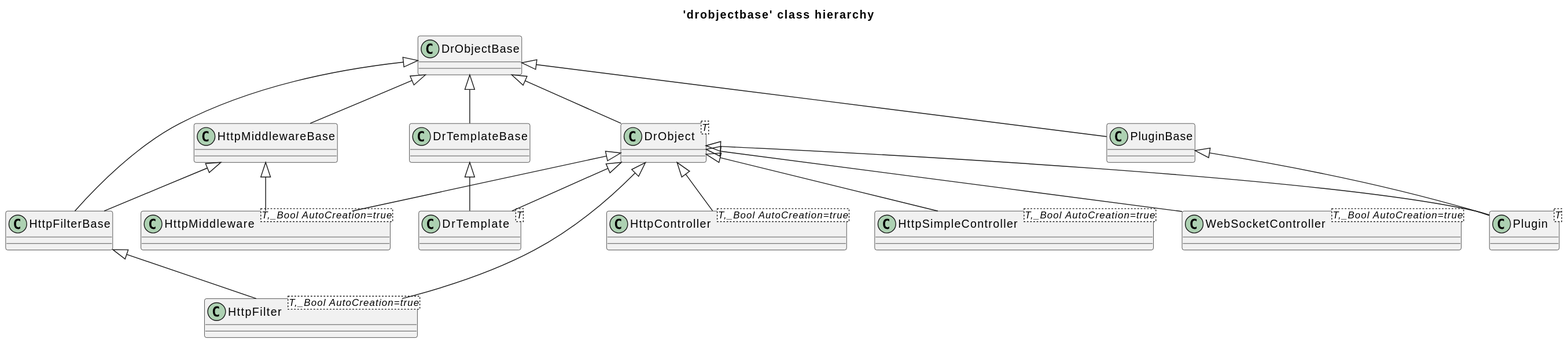
Above: drogon/diagrams/drobjectbase_hierarchy.svg in bkryza/clang-uml-examples (PlantUML), before the change. Its diagram source:
```plantuml
@startuml
title 'drobjectbase' class hierarchy
class "DrObjectBase" as C_0007589431571026341200
class C_0007589431571026341200 {
__
}
class "DrObject<T>" as C_0007426810552443098638
class C_0007426810552443098638 {
__
}
class "HttpMiddlewareBase" as C_0013299971319634221181
class C_0013299971319634221181 {
__
}
class "HttpMiddleware<T,_Bool AutoCreation=true>" as C_0002367562706761873028
class C_0002367562706761873028 {
__
}
class "HttpFilterBase" as C_0010298798647119485959
class C_0010298798647119485959 {
__
}
class "HttpFilter<T,_Bool AutoCreation=true>" as C_0011386542272247263448
class C_0011386542272247263448 {
__
}
class "DrTemplateBase" as C_0002292440546930414128
class C_0002292440546930414128 {
__
}
class "DrTemplate<T>" as C_0005847266675194305338
class C_0005847266675194305338 {
__
}
class "PluginBase" as C_0014129061647938356207
class C_0014129061647938356207 {
__
}
class "Plugin<T>" as C_0000721967873531230181
class C_0000721967873531230181 {
__
}
class "HttpController<T,_Bool AutoCreation=true>" as C_0000182916779366679195
class C_0000182916779366679195 {
__
}
class "HttpSimpleController<T,_Bool AutoCreation=true>" as C_0001846672343101501349
class C_0001846672343101501349 {
__
}
class "WebSocketController<T,_Bool AutoCreation=true>" as C_0010455583987704007942
class C_0010455583987704007942 {
__
}
C_0007589431571026341200 <|-- C_0007426810552443098638
C_0007589431571026341200 <|-- C_0013299971319634221181
C_0007426810552443098638 <|-- C_0002367562706761873028
C_0013299971319634221181 <|-- C_0002367562706761873028
C_0007589431571026341200 <|-- C_0010298798647119485959
C_0013299971319634221181 <|-- C_0010298798647119485959
C_0007426810552443098638 <|-- C_0011386542272247263448
C_0010298798647119485959 <|-- C_0011386542272247263448
C_0007589431571026341200 <|-- C_0002292440546930414128
C_0007426810552443098638 <|-- C_0005847266675194305338
C_0002292440546930414128 <|-- C_0005847266675194305338
C_0007589431571026341200 <|-- C_0014129061647938356207
C_0014129061647938356207 <|-- C_0000721967873531230181
C_0007426810552443098638 <|-- C_0000721967873531230181
C_0007426810552443098638 <|-- C_0000182916779366679195
C_0007426810552443098638 <|-- C_0001846672343101501349
C_0007426810552443098638 <|-- C_0010455583987704007942

@enduml
```
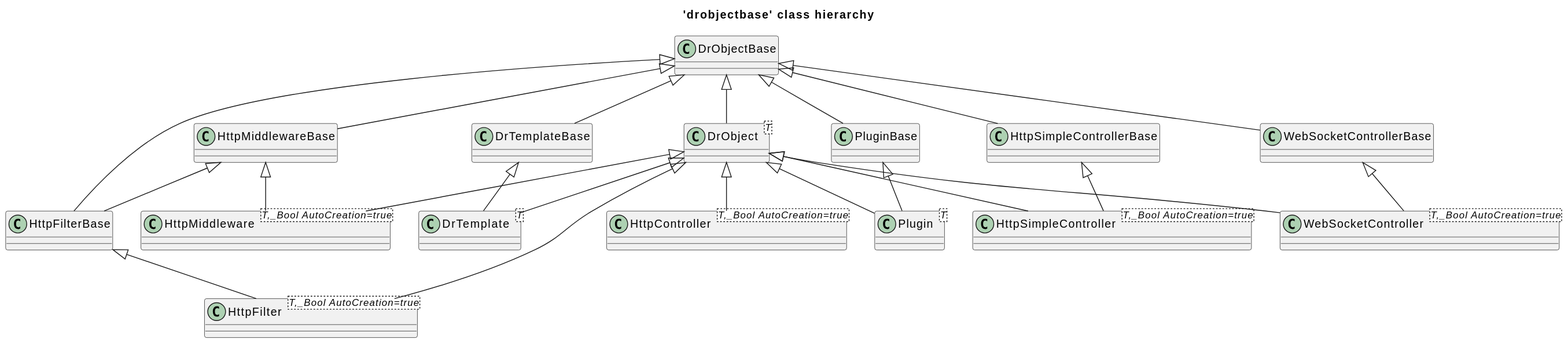
The same diagram one commit later.

Change to the diagram source:
```diff
@@ -40,6 +40,14 @@
 class C_0000721967873531230181 {
 __
 }
+class "HttpSimpleControllerBase" as C_0001028963305737097451
+class C_0001028963305737097451 {
+__
+}
+class "WebSocketControllerBase" as C_0012920372365021821026
+class C_0012920372365021821026 {
+__
+}
 class "HttpController<T,_Bool AutoCreation=true>" as C_0000182916779366679195
 class C_0000182916779366679195 {
 __
@@ -66,8 +74,12 @@
 C_0007589431571026341200 <|-- C_0014129061647938356207
 C_0014129061647938356207 <|-- C_0000721967873531230181
 C_0007426810552443098638 <|-- C_0000721967873531230181
+C_0007589431571026341200 <|-- C_0001028963305737097451
+C_0007589431571026341200 <|-- C_0012920372365021821026
 C_0007426810552443098638 <|-- C_0000182916779366679195
 C_0007426810552443098638 <|-- C_0001846672343101501349
+C_0001028963305737097451 <|-- C_0001846672343101501349
 C_0007426810552443098638 <|-- C_0010455583987704007942
+C_0012920372365021821026 <|-- C_0010455583987704007942
 
 @enduml
```
